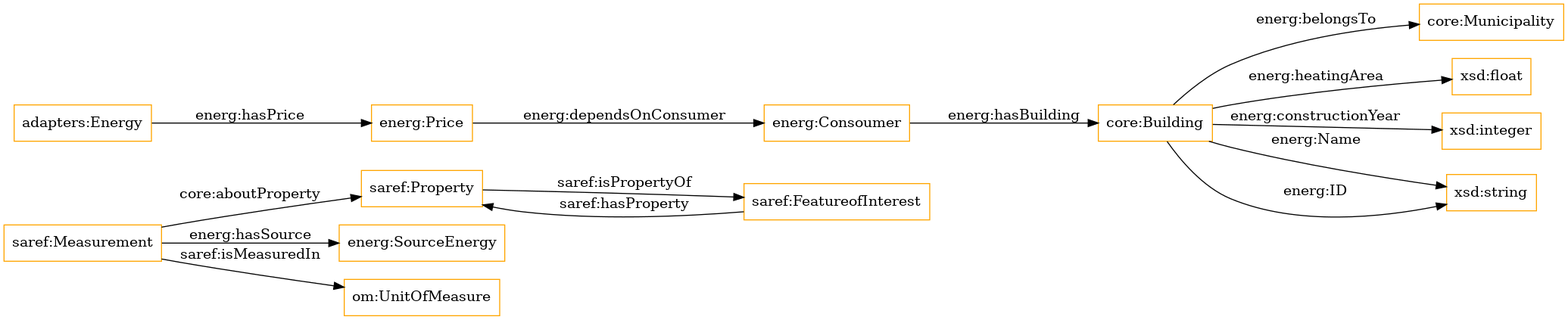
oeg-upm/auroral-energy-ontology keeps this Graphviz diagram as OnToology/ontology/ontology.ttl/diagrams/ar2dtool-class/ontology.ttl.png. Above is the earlier version. Its source is kept beside it as OnToology/ontology/ontology.ttl/diagrams/ar2dtool-class/ontology.ttl.png.dot.
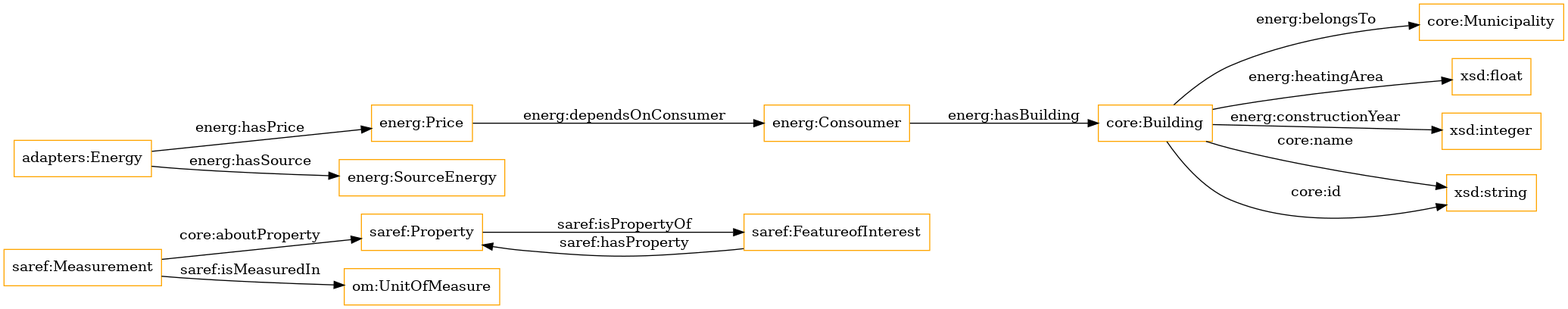
The same file after the commit.

Diff of the diagram source:
```diff
@@ -7,13 +7,13 @@
 	"core:Building" -> "xsd:integer" [ label = "energ:constructionYear" ];
 	"energ:Price" -> "energ:Consoumer" [ label = "energ:dependsOnConsumer" ];
 	"saref:FeatureofInterest" -> "saref:Property" [ label = "saref:hasProperty" ];
+	"core:Building" -> "xsd:string" [ label = "core:name" ];
 	"adapters:Energy" -> "energ:Price" [ label = "energ:hasPrice" ];
 	"saref:Measurement" -> "om:UnitOfMeasure" [ label = "saref:isMeasuredIn" ];
 	"saref:Measurement" -> "saref:Property" [ label = "core:aboutProperty" ];
-	"core:Building" -> "xsd:string" [ label = "energ:Name" ];
-	"core:Building" -> "xsd:string" [ label = "energ:ID" ];
 	"energ:Consoumer" -> "core:Building" [ label = "energ:hasBuilding" ];
-	"saref:Measurement" -> "energ:SourceEnergy" [ label = "energ:hasSource" ];
+	"adapters:Energy" -> "energ:SourceEnergy" [ label = "energ:hasSource" ];
 	"saref:Property" -> "saref:FeatureofInterest" [ label = "saref:isPropertyOf" ];
+	"core:Building" -> "xsd:string" [ label = "core:id" ];
 
 }
```
